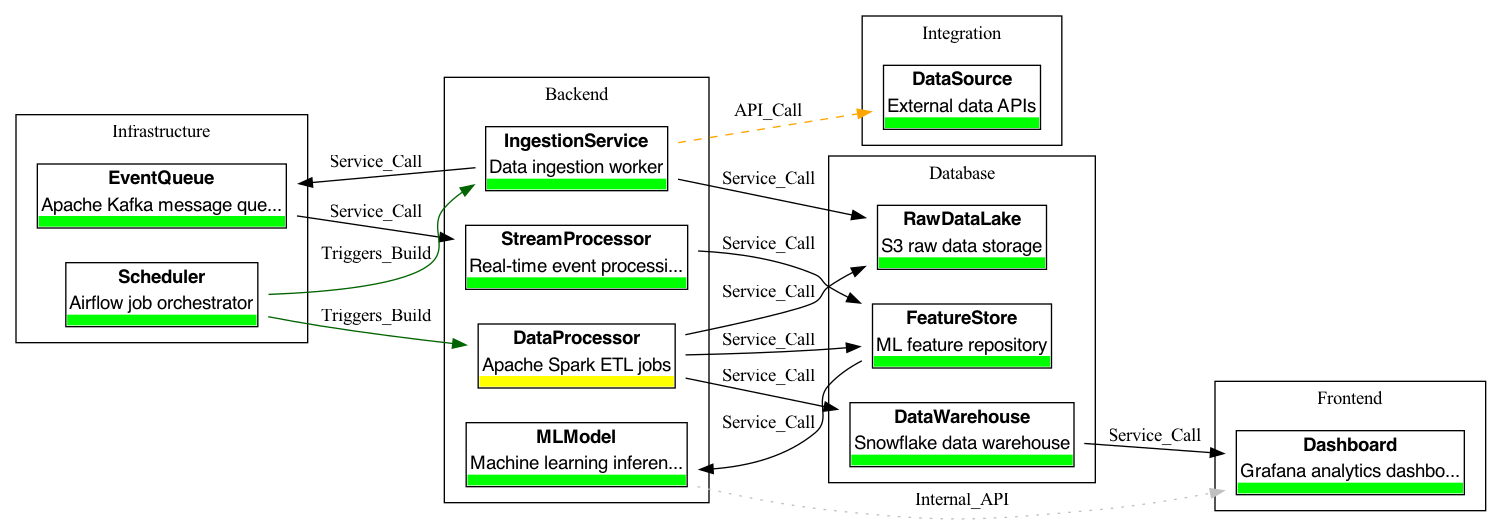
The Graphviz diagram example_output/data-pipeline.png in imran31415/gorph, before a commit. Its source is kept beside it as example_output/data-pipeline.dot.
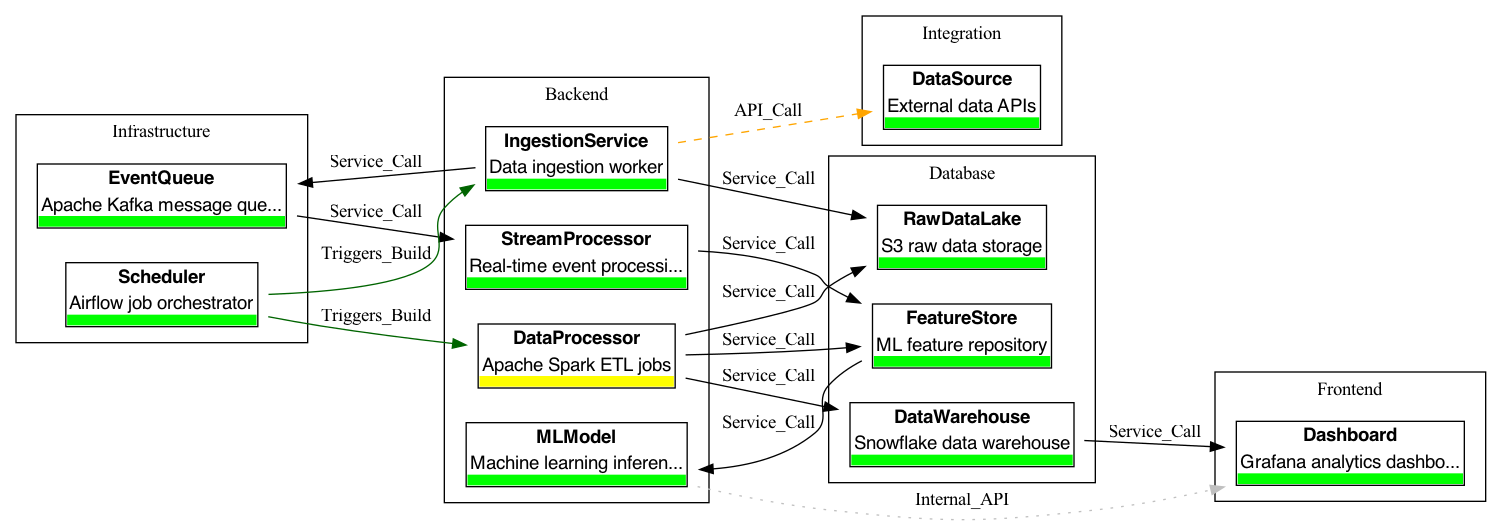
The same file after the commit.

What changed in the source:
```diff
@@ -1,16 +1,6 @@
 digraph Infrastructure {
   rankdir=LR;
   node [shape=plaintext, fontname=Helvetica];
-  subgraph cluster_FRONTEND {
-    label="Frontend";
-    Dashboard [tooltip="Dashboard: Grafana analytics dashboard\nStatus: healthy\nOwner: analytics\nEnvironment: production" label=<
-      <TABLE BORDER="1" CELLBORDER="0" CELLSPACING="0">
-        <TR><TD><B>Dashboard</B></TD></TR>
-        <TR><TD>Grafana analytics dashbo...</TD></TR>
-        <TR><TD BGCOLOR="green" HEIGHT="8"></TD></TR>
-      </TABLE>
-    >];
-  }
   subgraph cluster_INTEGRATION {
     label="Integration";
     DataSource [tooltip="DataSource: External data APIs\nStatus: healthy\nOwner: data-team\nEnvironment: production\nTags: [external]" label=<
@@ -93,6 +83,16 @@
       </TABLE>
     >];
   }
+  subgraph cluster_FRONTEND {
+    label="Frontend";
+    Dashboard [tooltip="Dashboard: Grafana analytics dashboard\nStatus: healthy\nOwner: analytics\nEnvironment: production" label=<
+      <TABLE BORDER="1" CELLBORDER="0" CELLSPACING="0">
+        <TR><TD><B>Dashboard</B></TD></TR>
+        <TR><TD>Grafana analytics dashbo...</TD></TR>
+        <TR><TD BGCOLOR="green" HEIGHT="8"></TD></TR>
+      </TABLE>
+    >];
+  }
   Scheduler -> IngestionService [label="Triggers_Build", color=darkgreen];
   IngestionService -> DataSource [label="API_Call", color=orange, style=dashed];
   IngestionService -> RawDataLake [label="Service_Call", color=black];
```
